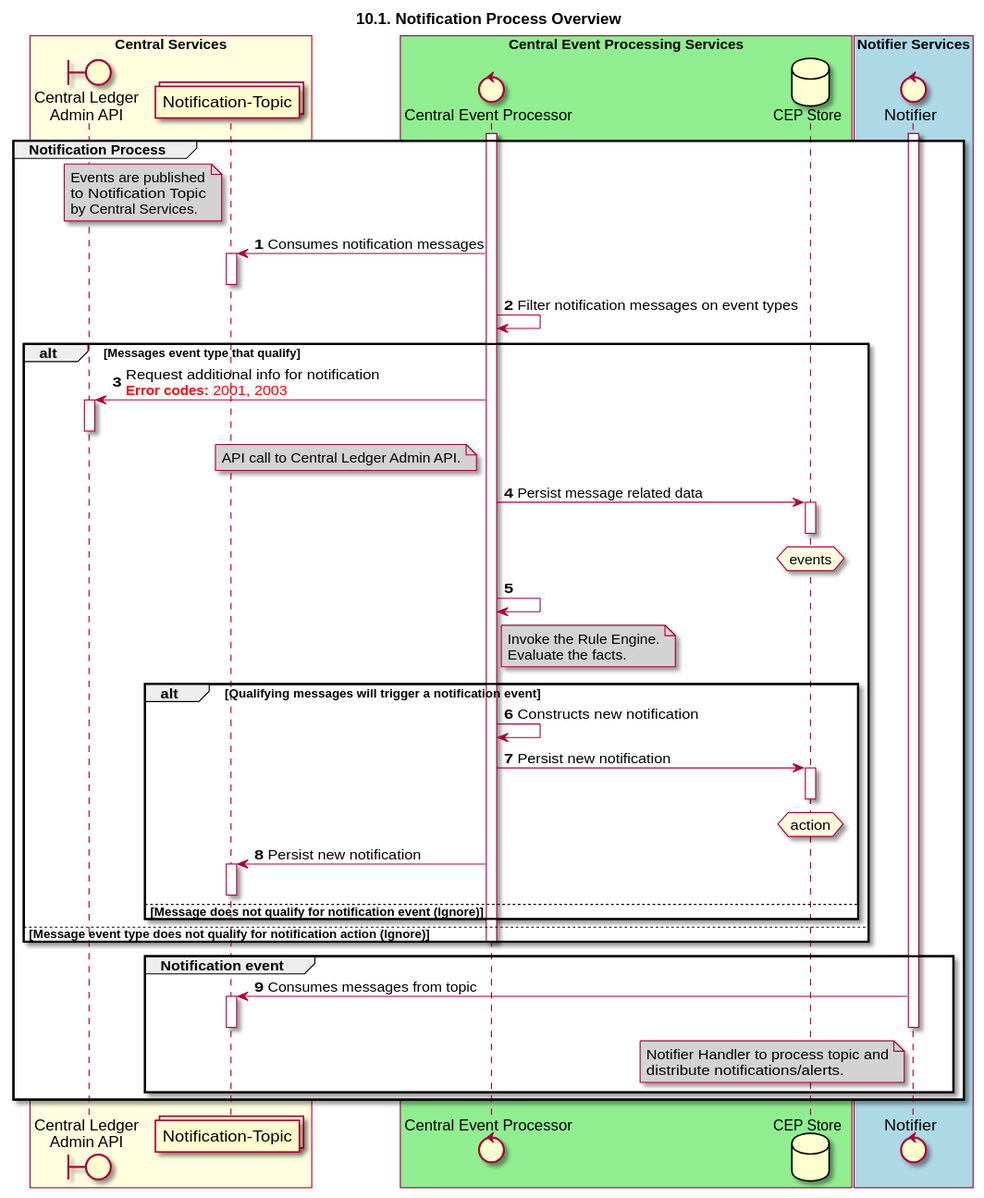
The PlantUML diagram docs/sequenceDiagrams/seq-cep-10.1-processes-overview.svg in mojaloop/central-event-processor, before a commit.
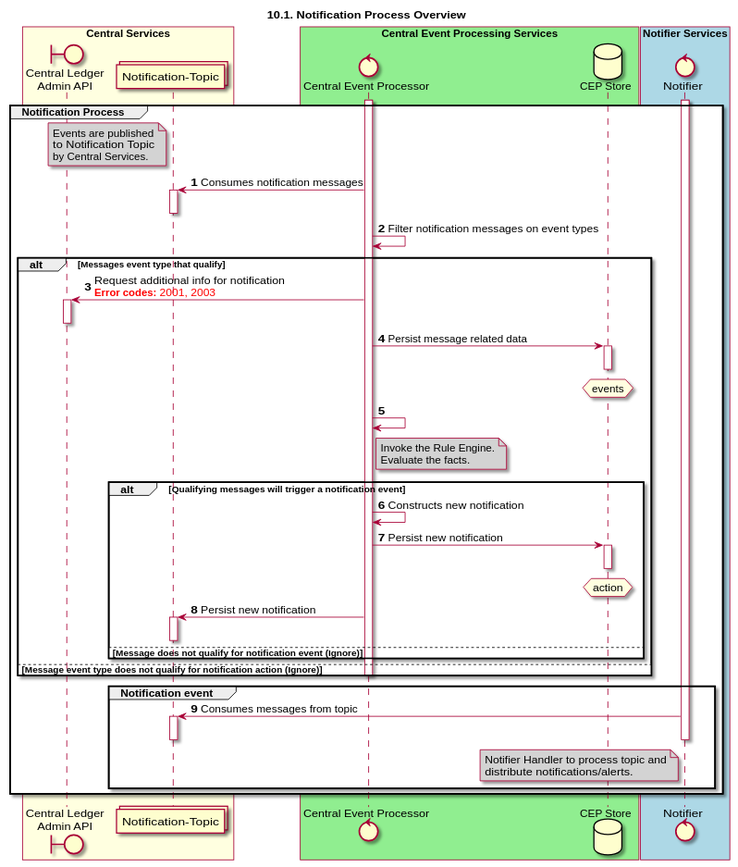
The same diagram one commit later.

Diff of the diagram source:
```diff
@@ -35,9 +35,6 @@
     alt Messages event type that qualify
         CEP -> CLAPI: Request additional info for notification\n<color #FF0000><b>Error codes:</b> 2001, 2003 </color>
         activate CLAPI
-        note left of CEP #LightGrey
-            API call to Central Ledger Admin API.
-        end note
         deactivate CLAPI
         CEP -> DB: Persist message related data
         hnote over DB #LightYellow
```
